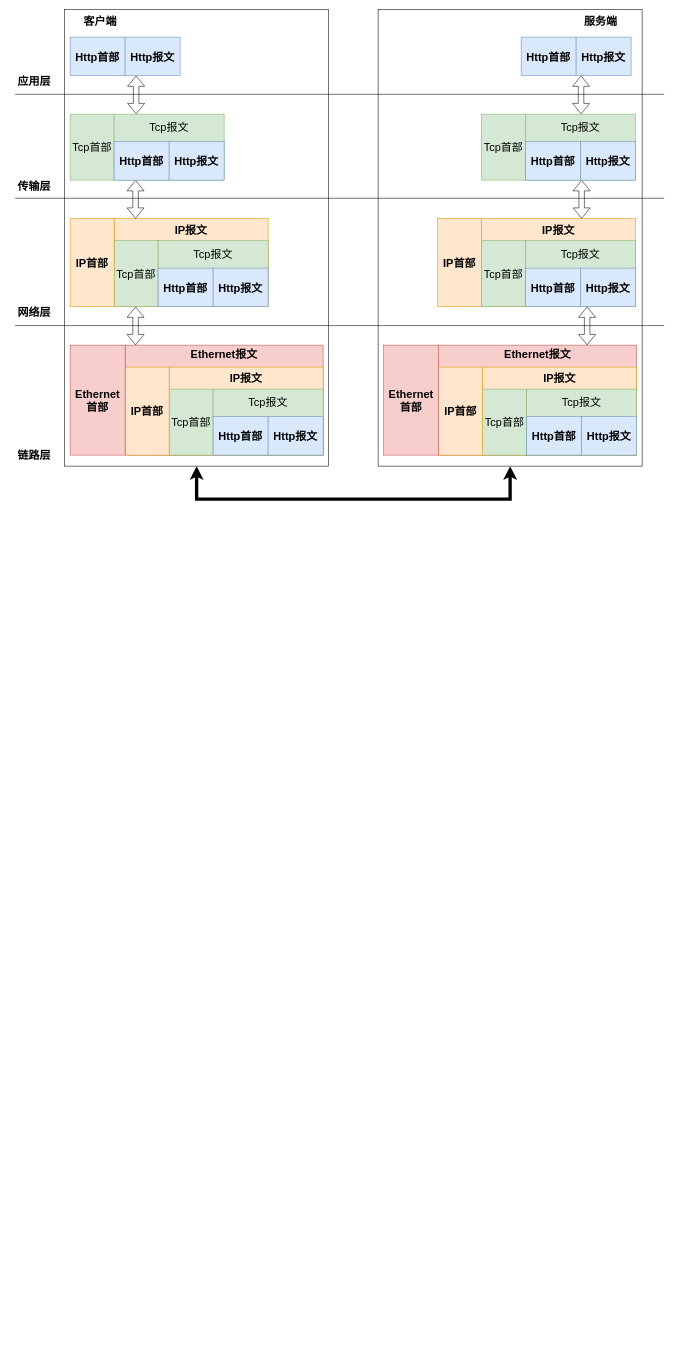
Above: draw.io/network-protocol/http&https.drawio in QQ1350995917/gitbook (draw.io), before the change. Source tidied: cells renumbered, new cells numbered last; positions are measured from the earlier drawing's top-left corner, leaving out a move shared by most shapes. Both pictures are drawn from the tidied source at 55%, with x=0, y=0 at pixel (9, 9).
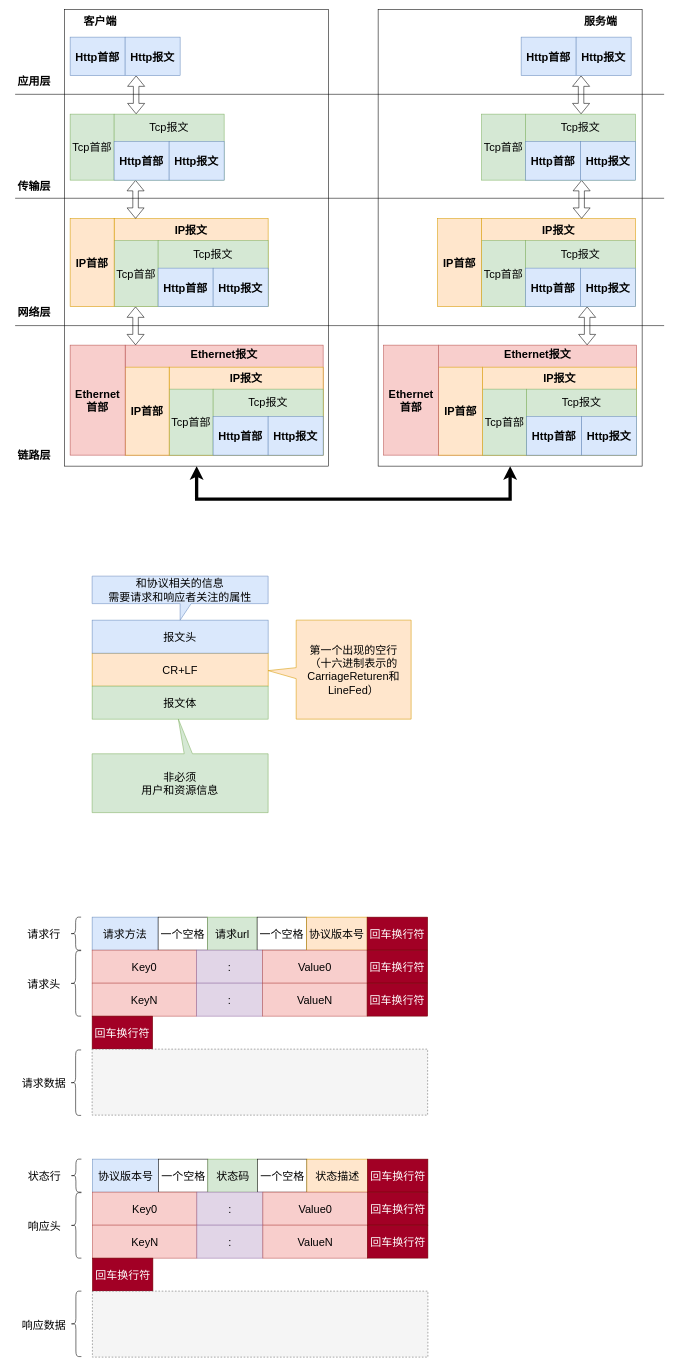
The same page after the edit.

Commit message:
Track 1 files into repository.

- modified draw.io/network-protocol/http&https.drawio

Auto commit by GitBook Editor

Change to the diagram source:
```diff
@@
+    <mxCell id="60" value="CR+LF" style="rounded=0;whiteSpace=wrap;html=1;fontSize=20;fillColor=#ffe6cc;strokeColor=#d79b00;" parent="1" vertex="1">
+      <mxGeometry x="150" y="1170" width="320" height="60" as="geometry" />
+    </mxCell>
+    <mxCell id="61" value="报文体" style="rounded=0;whiteSpace=wrap;html=1;fontSize=20;fillColor=#d5e8d4;strokeColor=#82b366;" parent="1" vertex="1">
+      <mxGeometry x="150" y="1230" width="320" height="60" as="geometry" />
+    </mxCell>
+    <mxCell id="62" value="报文头" style="rounded=0;whiteSpace=wrap;html=1;fontSize=20;fillColor=#dae8fc;strokeColor=#6c8ebf;" parent="1" vertex="1">
+      <mxGeometry x="150" y="1110" width="320" height="60" as="geometry" />
+    </mxCell>
+    <mxCell id="63" value="和协议相关的信息&lt;br&gt;需要请求和响应者关注的属性&lt;br&gt;" style="shape=callout;whiteSpace=wrap;html=1;perimeter=calloutPerimeter;fontSize=20;fillColor=#dae8fc;strokeColor=#6c8ebf;" parent="1" vertex="1">
+      <mxGeometry x="150" y="1030" width="320" height="80" as="geometry" />
+    </mxCell>
+    <mxCell id="64" value="第一个出现的空行&lt;br&gt;（十六进制表示的CarriageReturen和LineFed）" style="shape=callout;whiteSpace=wrap;html=1;perimeter=calloutPerimeter;fontSize=20;position2=0.51;direction=south;size=51;position=0.48;fillColor=#ffe6cc;strokeColor=#d79b00;" parent="1" vertex="1">
+      <mxGeometry x="470" y="1110" width="260" height="180" as="geometry" />
+    </mxCell>
+    <mxCell id="65" value="非必须&lt;br&gt;用户和资源信息&lt;br&gt;" style="shape=callout;whiteSpace=wrap;html=1;perimeter=calloutPerimeter;fontSize=20;direction=west;base=15;position2=0.51;size=63;position=0.43;fillColor=#d5e8d4;strokeColor=#82b366;" parent="1" vertex="1">
+      <mxGeometry x="150" y="1290" width="320" height="170" as="geometry" />
+    </mxCell>
+    <mxCell id="66" value="请求方法" style="rounded=0;whiteSpace=wrap;html=1;fontSize=20;fillColor=#dae8fc;strokeColor=#6c8ebf;" parent="1" vertex="1">
+      <mxGeometry x="150" y="1650" width="120" height="60" as="geometry" />
+    </mxCell>
+    <mxCell id="67" style="shape=curlyBracket;whiteSpace=wrap;html=1;rounded=1;fontSize=20;" parent="1" vertex="1">
+      <mxGeometry x="110" y="1650" width="20" height="60" as="geometry" />
+    </mxCell>
+    <mxCell id="68" value="一个空格" style="rounded=0;whiteSpace=wrap;html=1;fontSize=20;" parent="1" vertex="1">
+      <mxGeometry x="270" y="1650" width="90" height="60" as="geometry" />
+    </mxCell>
+    <mxCell id="69" value="请求url" style="rounded=0;whiteSpace=wrap;html=1;fontSize=20;fillColor=#d5e8d4;strokeColor=#82b366;" parent="1" vertex="1">
+      <mxGeometry x="360" y="1650" width="90" height="60" as="geometry" />
+    </mxCell>
+    <mxCell id="70" value="一个空格" style="rounded=0;whiteSpace=wrap;html=1;fontSize=20;" parent="1" vertex="1">
+      <mxGeometry x="450" y="1650" width="90" height="60" as="geometry" />
+    </mxCell>
+    <mxCell id="71" value="协议版本号" style="rounded=0;whiteSpace=wrap;html=1;fontSize=20;fillColor=#ffe6cc;strokeColor=#d79b00;" parent="1" vertex="1">
+      <mxGeometry x="540" y="1650" width="110" height="60" as="geometry" />
+    </mxCell>
+    <mxCell id="72" value="回车换行符" style="rounded=0;whiteSpace=wrap;html=1;fontSize=20;fillColor=#a20025;strokeColor=#6F0000;fontColor=#ffffff;" parent="1" vertex="1">
+      <mxGeometry x="650" y="1650" width="110" height="60" as="geometry" />
+    </mxCell>
+    <mxCell id="73" value="请求行" style="text;html=1;strokeColor=none;fillColor=none;align=center;verticalAlign=middle;whiteSpace=wrap;rounded=0;fontSize=20;" parent="1" vertex="1">
+      <mxGeometry x="25" y="1670" width="75" height="20" as="geometry" />
+    </mxCell>
+    <mxCell id="74" value="Key0" style="rounded=0;whiteSpace=wrap;html=1;fontSize=20;fillColor=#f8cecc;strokeColor=#b85450;" parent="1" vertex="1">
+      <mxGeometry x="150" y="1710" width="190" height="60" as="geometry" />
+    </mxCell>
+    <mxCell id="75" value=":" style="rounded=0;whiteSpace=wrap;html=1;fontSize=20;fillColor=#e1d5e7;strokeColor=#9673a6;align=center;" parent="1" vertex="1">
+      <mxGeometry x="340" y="1710" width="120" height="60" as="geometry" />
+    </mxCell>
+    <mxCell id="76" value="Value0" style="rounded=0;whiteSpace=wrap;html=1;fontSize=20;fillColor=#f8cecc;strokeColor=#b85450;" parent="1" vertex="1">
+      <mxGeometry x="460" y="1710" width="190" height="60" as="geometry" />
+    </mxCell>
+    <mxCell id="77" value="回车换行符" style="rounded=0;whiteSpace=wrap;html=1;fontSize=20;fillColor=#a20025;strokeColor=#6F0000;fontColor=#ffffff;" parent="1" vertex="1">
+      <mxGeometry x="650" y="1710" width="110" height="60" as="geometry" />
+    </mxCell>
+    <mxCell id="78" value="KeyN" style="rounded=0;whiteSpace=wrap;html=1;fontSize=20;fillColor=#f8cecc;strokeColor=#b85450;" parent="1" vertex="1">
+      <mxGeometry x="150" y="1770" width="190" height="60" as="geometry" />
+    </mxCell>
+    <mxCell id="79" value=":" style="rounded=0;whiteSpace=wrap;html=1;fontSize=20;fillColor=#e1d5e7;strokeColor=#9673a6;align=center;" parent="1" vertex="1">
+      <mxGeometry x="340" y="1770" width="120" height="60" as="geometry" />
+    </mxCell>
+    <mxCell id="80" value="ValueN" style="rounded=0;whiteSpace=wrap;html=1;fontSize=20;fillColor=#f8cecc;strokeColor=#b85450;" parent="1" vertex="1">
+      <mxGeometry x="460" y="1770" width="190" height="60" as="geometry" />
+    </mxCell>
+    <mxCell id="81" value="回车换行符" style="rounded=0;whiteSpace=wrap;html=1;fontSize=20;fillColor=#a20025;strokeColor=#6F0000;fontColor=#ffffff;" parent="1" vertex="1">
+      <mxGeometry x="650" y="1770" width="110" height="60" as="geometry" />
+    </mxCell>
+    <mxCell id="82" style="shape=curlyBracket;whiteSpace=wrap;html=1;rounded=1;fontSize=20;" parent="1" vertex="1">
+      <mxGeometry x="110" y="1711" width="20" height="119" as="geometry" />
+    </mxCell>
+    <mxCell id="83" value="请求头" style="text;html=1;strokeColor=none;fillColor=none;align=center;verticalAlign=middle;whiteSpace=wrap;rounded=0;fontSize=20;" parent="1" vertex="1">
+      <mxGeometry x="25" y="1760.5" width="75" height="20" as="geometry" />
+    </mxCell>
+    <mxCell id="84" value="回车换行符" style="rounded=0;whiteSpace=wrap;html=1;fontSize=20;fillColor=#a20025;strokeColor=#6F0000;fontColor=#ffffff;" parent="1" vertex="1">
+      <mxGeometry x="150" y="1830" width="110" height="60" as="geometry" />
+    </mxCell>
+    <mxCell id="85" style="rounded=0;whiteSpace=wrap;html=1;fontSize=20;align=center;dashed=1;fillColor=#f5f5f5;strokeColor=#666666;fontColor=#333333;" parent="1" vertex="1">
+      <mxGeometry x="150" y="1890" width="610" height="120" as="geometry" />
+    </mxCell>
+    <mxCell id="86" style="shape=curlyBracket;whiteSpace=wrap;html=1;rounded=1;fontSize=20;" parent="1" vertex="1">
+      <mxGeometry x="110" y="1891.5" width="20" height="119" as="geometry" />
+    </mxCell>
+    <mxCell id="87" value="请求数据" style="text;html=1;strokeColor=none;fillColor=none;align=center;verticalAlign=middle;whiteSpace=wrap;rounded=0;fontSize=20;" parent="1" vertex="1">
+      <mxGeometry x="16" y="1941" width="93" height="20" as="geometry" />
+    </mxCell>
+    <mxCell id="88" value="协议版本号" style="rounded=0;whiteSpace=wrap;html=1;fontSize=20;fillColor=#dae8fc;strokeColor=#6c8ebf;" parent="1" vertex="1">
+      <mxGeometry x="150.5" y="2090" width="120" height="60" as="geometry" />
+    </mxCell>
+    <mxCell id="89" style="shape=curlyBracket;whiteSpace=wrap;html=1;rounded=1;fontSize=20;" parent="1" vertex="1">
+      <mxGeometry x="110.5" y="2090" width="20" height="60" as="geometry" />
+    </mxCell>
+    <mxCell id="90" value="一个空格" style="rounded=0;whiteSpace=wrap;html=1;fontSize=20;" parent="1" vertex="1">
+      <mxGeometry x="270.5" y="2090" width="90" height="60" as="geometry" />
+    </mxCell>
+    <mxCell id="91" value="状态码" style="rounded=0;whiteSpace=wrap;html=1;fontSize=20;fillColor=#d5e8d4;strokeColor=#82b366;" parent="1" vertex="1">
+      <mxGeometry x="360.5" y="2090" width="90" height="60" as="geometry" />
+    </mxCell>
+    <mxCell id="92" value="一个空格" style="rounded=0;whiteSpace=wrap;html=1;fontSize=20;" parent="1" vertex="1">
+      <mxGeometry x="450.5" y="2090" width="90" height="60" as="geometry" />
+    </mxCell>
+    <mxCell id="93" value="状态描述" style="rounded=0;whiteSpace=wrap;html=1;fontSize=20;fillColor=#ffe6cc;strokeColor=#d79b00;" parent="1" vertex="1">
+      <mxGeometry x="540.5" y="2090" width="110" height="60" as="geometry" />
+    </mxCell>
+    <mxCell id="94" value="回车换行符" style="rounded=0;whiteSpace=wrap;html=1;fontSize=20;fillColor=#a20025;strokeColor=#6F0000;fontColor=#ffffff;" parent="1" vertex="1">
+      <mxGeometry x="650.5" y="2090" width="110" height="60" as="geometry" />
+    </mxCell>
+    <mxCell id="95" value="状态行" style="text;html=1;strokeColor=none;fillColor=none;align=center;verticalAlign=middle;whiteSpace=wrap;rounded=0;fontSize=20;" parent="1" vertex="1">
+      <mxGeometry x="25.5" y="2110" width="75" height="20" as="geometry" />
+    </mxCell>
+    <mxCell id="96" value="Key0" style="rounded=0;whiteSpace=wrap;html=1;fontSize=20;fillColor=#f8cecc;strokeColor=#b85450;" parent="1" vertex="1">
+      <mxGeometry x="150.5" y="2150" width="190" height="60" as="geometry" />
+    </mxCell>
+    <mxCell id="97" value=":" style="rounded=0;whiteSpace=wrap;html=1;fontSize=20;fillColor=#e1d5e7;strokeColor=#9673a6;align=center;" parent="1" vertex="1">
+      <mxGeometry x="340.5" y="2150" width="120" height="60" as="geometry" />
+    </mxCell>
+    <mxCell id="98" value="Value0" style="rounded=0;whiteSpace=wrap;html=1;fontSize=20;fillColor=#f8cecc;strokeColor=#b85450;" parent="1" vertex="1">
+      <mxGeometry x="460.5" y="2150" width="190" height="60" as="geometry" />
+    </mxCell>
+    <mxCell id="99" value="回车换行符" style="rounded=0;whiteSpace=wrap;html=1;fontSize=20;fillColor=#a20025;strokeColor=#6F0000;fontColor=#ffffff;" parent="1" vertex="1">
+      <mxGeometry x="650.5" y="2150" width="110" height="60" as="geometry" />
+    </mxCell>
+    <mxCell id="100" value="KeyN" style="rounded=0;whiteSpace=wrap;html=1;fontSize=20;fillColor=#f8cecc;strokeColor=#b85450;" parent="1" vertex="1">
+      <mxGeometry x="150.5" y="2210" width="190" height="60" as="geometry" />
+    </mxCell>
+    <mxCell id="101" value=":" style="rounded=0;whiteSpace=wrap;html=1;fontSize=20;fillColor=#e1d5e7;strokeColor=#9673a6;align=center;" parent="1" vertex="1">
+      <mxGeometry x="340.5" y="2210" width="120" height="60" as="geometry" />
+    </mxCell>
+    <mxCell id="102" value="ValueN" style="rounded=0;whiteSpace=wrap;html=1;fontSize=20;fillColor=#f8cecc;strokeColor=#b85450;" parent="1" vertex="1">
+      <mxGeometry x="460.5" y="2210" width="190" height="60" as="geometry" />
+    </mxCell>
+    <mxCell id="103" value="回车换行符" style="rounded=0;whiteSpace=wrap;html=1;fontSize=20;fillColor=#a20025;strokeColor=#6F0000;fontColor=#ffffff;" parent="1" vertex="1">
+      <mxGeometry x="650.5" y="2210" width="110" height="60" as="geometry" />
+    </mxCell>
+    <mxCell id="104" style="shape=curlyBracket;whiteSpace=wrap;html=1;rounded=1;fontSize=20;" parent="1" vertex="1">
+      <mxGeometry x="110.5" y="2151" width="20" height="119" as="geometry" />
+    </mxCell>
+    <mxCell id="105" value="响应头" style="text;html=1;strokeColor=none;fillColor=none;align=center;verticalAlign=middle;whiteSpace=wrap;rounded=0;fontSize=20;" parent="1" vertex="1">
+      <mxGeometry x="25.5" y="2200.5" width="75" height="20" as="geometry" />
+    </mxCell>
+    <mxCell id="106" value="回车换行符" style="rounded=0;whiteSpace=wrap;html=1;fontSize=20;fillColor=#a20025;strokeColor=#6F0000;fontColor=#ffffff;" parent="1" vertex="1">
+      <mxGeometry x="150.5" y="2270" width="110" height="60" as="geometry" />
+    </mxCell>
+    <mxCell id="107" style="rounded=0;whiteSpace=wrap;html=1;fontSize=20;align=center;dashed=1;fillColor=#f5f5f5;strokeColor=#666666;fontColor=#333333;" parent="1" vertex="1">
+      <mxGeometry x="150.5" y="2330" width="610" height="120" as="geometry" />
+    </mxCell>
+    <mxCell id="108" style="shape=curlyBracket;whiteSpace=wrap;html=1;rounded=1;fontSize=20;" parent="1" vertex="1">
+      <mxGeometry x="110.5" y="2330" width="20" height="119" as="geometry" />
+    </mxCell>
+    <mxCell id="109" value="响应数据" style="text;html=1;strokeColor=none;fillColor=none;align=center;verticalAlign=middle;whiteSpace=wrap;rounded=0;fontSize=20;" parent="1" vertex="1">
+      <mxGeometry x="16" y="2381" width="93" height="20" as="geometry" />
+    </mxCell>
```
